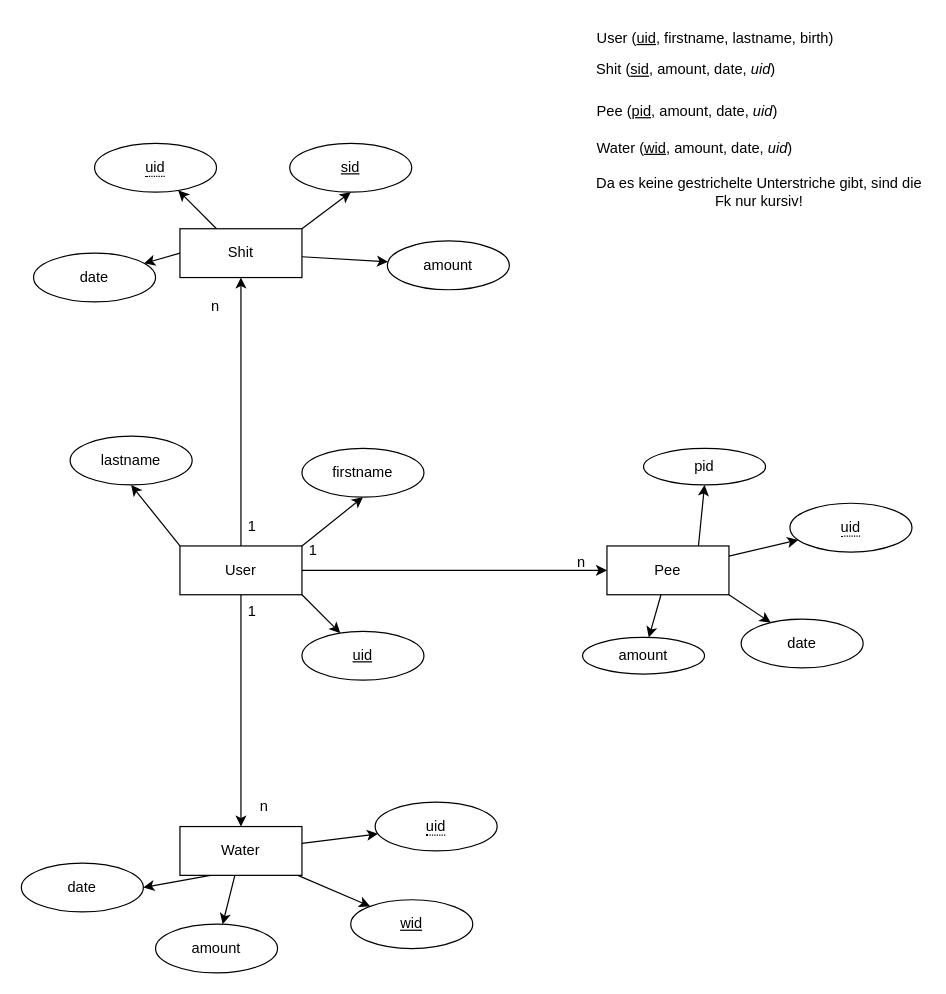
This is Diagramme/ER_LifestyleTracker.drawio from olisonsturm/LifestyleTracker, a draw.io file, before an edit. Source tidied: cells renumbered, new cells numbered last; positions are measured from the earlier drawing's top-left corner, leaving out a move shared by most shapes. Both pictures are drawn from the tidied source at 122%, with x=0, y=0 at pixel (21, 21).
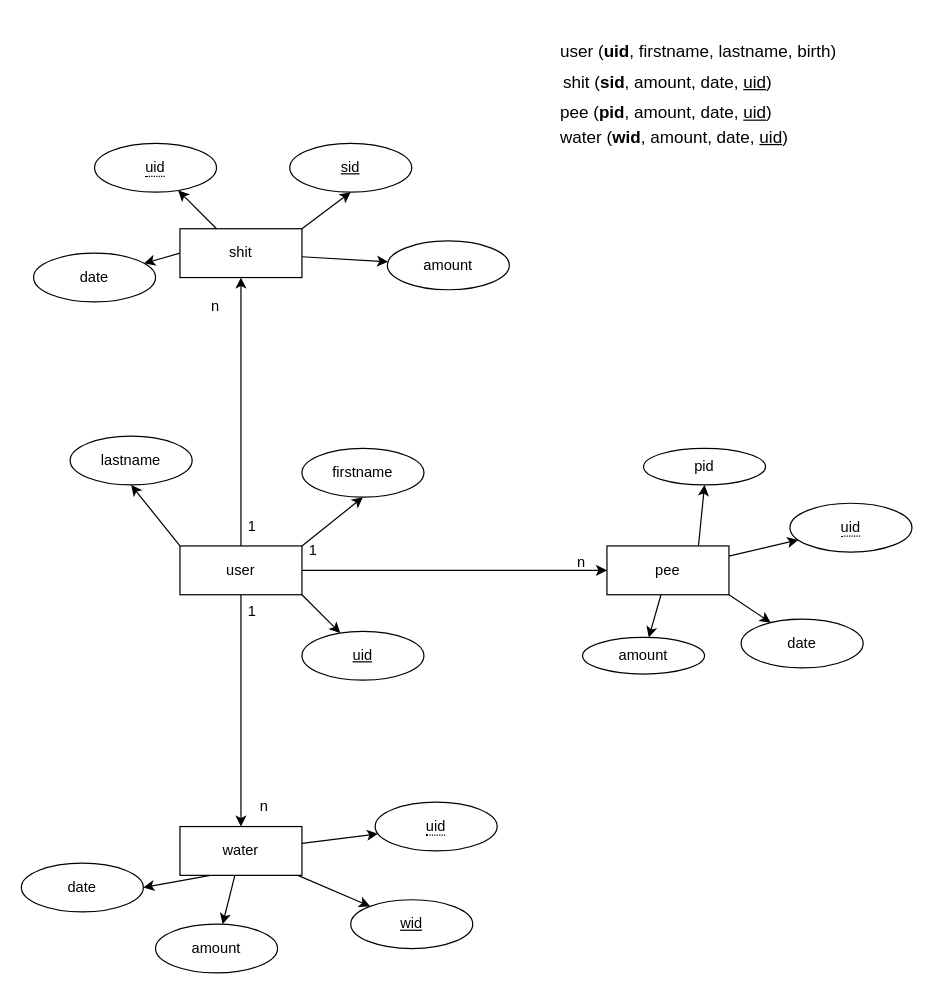
The same page after the edit.

The edit, as a diff of the source:
```diff
@@
-    <mxCell id="8" value="User" style="whiteSpace=wrap;html=1;align=center;" parent="1" vertex="1">
+    <mxCell id="8" value="user" style="whiteSpace=wrap;html=1;align=center;" parent="1" vertex="1">
       <mxGeometry x="130" y="430" width="100" height="40" as="geometry" />
     </mxCell>
@@
-    <mxCell id="13" value="Shit" style="whiteSpace=wrap;html=1;align=center;" parent="1" vertex="1">
+    <mxCell id="13" value="shit" style="whiteSpace=wrap;html=1;align=center;" parent="1" vertex="1">
       <mxGeometry x="130" y="170" width="100" height="40" as="geometry" />
     </mxCell>
@@
-    <mxCell id="18" value="Water" style="whiteSpace=wrap;html=1;align=center;" parent="1" vertex="1">
+    <mxCell id="18" value="water" style="whiteSpace=wrap;html=1;align=center;" parent="1" vertex="1">
       <mxGeometry x="130" y="660" width="100" height="40" as="geometry" />
     </mxCell>
@@
-    <mxCell id="23" value="Pee" style="whiteSpace=wrap;html=1;align=center;" parent="1" vertex="1">
+    <mxCell id="23" value="pee" style="whiteSpace=wrap;html=1;align=center;" parent="1" vertex="1">
       <mxGeometry x="480" y="430" width="100" height="40" as="geometry" />
     </mxCell>
@@
-    <mxCell id="46" value="Shit (&lt;u&gt;sid&lt;/u&gt;, amount, date, &lt;i&gt;uid&lt;/i&gt;)" style="text;html=1;strokeColor=none;fillColor=none;align=center;verticalAlign=middle;whiteSpace=wrap;rounded=0;" parent="1" vertex="1">
-      <mxGeometry x="450" y="30" width="190" height="20" as="geometry" />
+    <mxCell id="46" value="&lt;font style=&quot;font-size: 14px&quot;&gt;shit (&lt;b&gt;sid&lt;/b&gt;, amount, date, &lt;u&gt;uid&lt;/u&gt;)&lt;/font&gt;" style="text;html=1;strokeColor=none;fillColor=none;align=center;verticalAlign=middle;whiteSpace=wrap;rounded=0;" parent="1" vertex="1">
+      <mxGeometry x="435" y="40" width="190" height="20" as="geometry" />
     </mxCell>
-    <mxCell id="47" value="User (&lt;u&gt;uid&lt;/u&gt;, firstname, lastname, birth)" style="text;whiteSpace=wrap;html=1;" parent="1" vertex="1">
-      <mxGeometry x="470" width="210" height="30" as="geometry" />
+    <mxCell id="47" value="&lt;font style=&quot;font-size: 14px&quot;&gt;user (&lt;b&gt;uid&lt;/b&gt;, firstname, lastname, birth)&lt;/font&gt;" style="text;whiteSpace=wrap;html=1;" parent="1" vertex="1">
+      <mxGeometry x="440" y="10" width="240" height="30" as="geometry" />
     </mxCell>
-    <mxCell id="48" value="Pee (&lt;u&gt;pid&lt;/u&gt;, amount, date, &lt;i&gt;uid&lt;/i&gt;)" style="text;whiteSpace=wrap;html=1;" parent="1" vertex="1">
-      <mxGeometry x="470" y="60" width="170" height="30" as="geometry" />
+    <mxCell id="48" value="&lt;font style=&quot;font-size: 14px&quot;&gt;pee (&lt;b&gt;pid&lt;/b&gt;, amount, date, &lt;u&gt;uid&lt;/u&gt;)&lt;/font&gt;" style="text;whiteSpace=wrap;html=1;" parent="1" vertex="1">
+      <mxGeometry x="440" y="60" width="180" height="30" as="geometry" />
     </mxCell>
-    <mxCell id="49" value="Water (&lt;u&gt;wid&lt;/u&gt;, amount, date, &lt;i&gt;uid&lt;/i&gt;)" style="text;whiteSpace=wrap;html=1;" parent="1" vertex="1">
-      <mxGeometry x="470" y="90" width="170" height="30" as="geometry" />
+    <mxCell id="49" value="&lt;font style=&quot;font-size: 14px&quot;&gt;water (&lt;b&gt;wid&lt;/b&gt;, amount, date, &lt;u&gt;uid&lt;/u&gt;)&lt;/font&gt;" style="text;whiteSpace=wrap;html=1;" parent="1" vertex="1">
+      <mxGeometry x="440" y="80" width="200" height="30" as="geometry" />
     </mxCell>
-    <mxCell id="50" value="Da es keine gestrichelte Unterstriche gibt, sind die Fk nur kursiv!" style="text;html=1;strokeColor=none;fillColor=none;align=center;verticalAlign=middle;whiteSpace=wrap;rounded=0;" parent="1" vertex="1">
-      <mxGeometry x="470" y="130" width="270" height="20" as="geometry" />
-    </mxCell>
```
